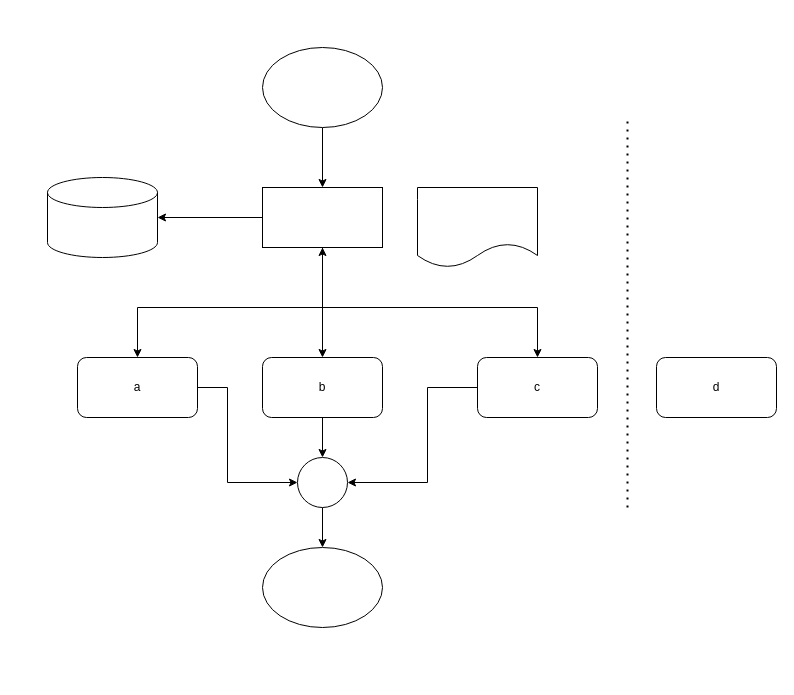
This is Untitled Diagram.drawio from rousgidraph/drawings, a draw.io file, before an edit. Source tidied: cells renumbered, new cells numbered last; positions are measured from the earlier drawing's top-left corner, leaving out a move shared by most shapes. Both pictures are drawn from the tidied source at 100%, with x=0, y=0 at pixel (47, 47).
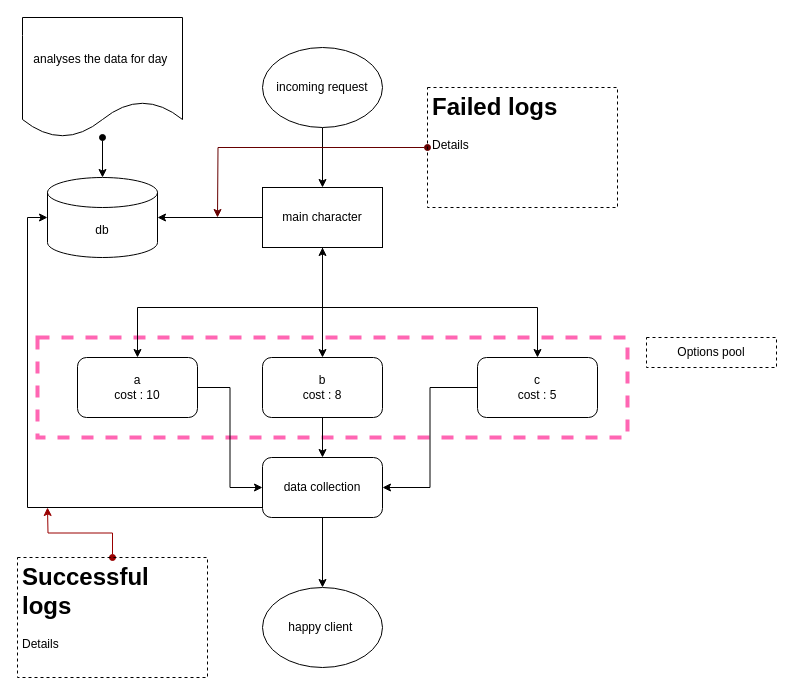
Above is the later version.

Change to the diagram source:
```diff
@@
+    <mxCell id="22" style="rounded=0;whiteSpace=wrap;html=1;dashed=1;strokeColor=#FF66B3;fillColor=none;strokeWidth=4;" parent="1" vertex="1">
+      <mxGeometry x="-10" y="290" width="590" height="100" as="geometry" />
+    </mxCell>
-    <mxCell id="2" style="shape=cylinder3;whiteSpace=wrap;html=1;boundedLbl=1;backgroundOutline=1;size=15;" parent="1" vertex="1">
+    <mxCell id="2" value="db" style="shape=cylinder3;whiteSpace=wrap;html=1;boundedLbl=1;backgroundOutline=1;size=15;" parent="1" vertex="1">
       <mxGeometry y="130" width="110" height="80" as="geometry" />
     </mxCell>
-    <mxCell id="3" style="edgeStyle=orthogonalEdgeStyle;rounded=0;jettySize=auto;html=1;entryX=0;entryY=0.5;entryDx=0;entryDy=0;" parent="1" edge="1" source="4" target="18">
-      <mxGeometry relative="1" as="geometry">
-        <Array as="points">
-          <mxPoint x="180" y="340" />
-          <mxPoint x="180" y="435" />
-        </Array>
-      </mxGeometry>
-    </mxCell>
+    <mxCell id="23" style="edgeStyle=orthogonalEdgeStyle;rounded=0;jettySize=auto;html=1;entryX=0;entryY=0.5;entryDx=0;entryDy=0;startArrow=none;startFill=0;" parent="1" edge="1" source="4" target="28">
+      <mxGeometry relative="1" as="geometry" />
+    </mxCell>
-    <mxCell id="4" value="a" style="rounded=1;whiteSpace=wrap;html=1;" parent="1" vertex="1">
+    <mxCell id="4" value="a&lt;br&gt;cost : 10" style="rounded=1;whiteSpace=wrap;html=1;" parent="1" vertex="1">
       <mxGeometry x="30" y="310" width="120" height="60" as="geometry" />
     </mxCell>
-    <mxCell id="5" style="edgeStyle=orthogonalEdgeStyle;rounded=0;jettySize=auto;html=1;entryX=0.5;entryY=0;entryDx=0;entryDy=0;" parent="1" edge="1" source="6" target="18">
+    <mxCell id="5" style="edgeStyle=orthogonalEdgeStyle;rounded=0;jettySize=auto;html=1;entryX=0.5;entryY=0;entryDx=0;entryDy=0;" parent="1" edge="1" source="6" target="28">
       <mxGeometry relative="1" as="geometry" />
     </mxCell>
-    <mxCell id="6" value="b" style="rounded=1;whiteSpace=wrap;html=1;" parent="1" vertex="1">
+    <mxCell id="6" value="b&lt;br&gt;cost : 8" style="rounded=1;whiteSpace=wrap;html=1;" parent="1" vertex="1">
       <mxGeometry x="215" y="310" width="120" height="60" as="geometry" />
     </mxCell>
-    <mxCell id="7" style="edgeStyle=orthogonalEdgeStyle;rounded=0;jettySize=auto;html=1;entryX=1;entryY=0.5;entryDx=0;entryDy=0;" parent="1" edge="1" source="8" target="18">
-      <mxGeometry relative="1" as="geometry">
-        <Array as="points">
-          <mxPoint x="380" y="340" />
-          <mxPoint x="380" y="435" />
-        </Array>
-      </mxGeometry>
-    </mxCell>
+    <mxCell id="24" style="edgeStyle=orthogonalEdgeStyle;rounded=0;jettySize=auto;html=1;entryX=1;entryY=0.5;entryDx=0;entryDy=0;startArrow=none;startFill=0;" parent="1" edge="1" source="8" target="28">
+      <mxGeometry relative="1" as="geometry" />
+    </mxCell>
-    <mxCell id="8" value="c" style="rounded=1;whiteSpace=wrap;html=1;" parent="1" vertex="1">
+    <mxCell id="8" value="c&lt;br&gt;cost : 5" style="rounded=1;whiteSpace=wrap;html=1;" parent="1" vertex="1">
       <mxGeometry x="430" y="310" width="120" height="60" as="geometry" />
     </mxCell>
-    <mxCell id="9" style="ellipse;whiteSpace=wrap;html=1;" parent="1" vertex="1">
-      <mxGeometry x="215" y="500" width="120" height="80" as="geometry" />
+    <mxCell id="9" value="happy client&amp;nbsp;" style="ellipse;whiteSpace=wrap;html=1;" parent="1" vertex="1">
+      <mxGeometry x="215" y="540" width="120" height="80" as="geometry" />
     </mxCell>
@@
-    <mxCell id="11" style="ellipse;whiteSpace=wrap;html=1;" parent="1" vertex="1">
+    <mxCell id="11" value="incoming request" style="ellipse;whiteSpace=wrap;html=1;" parent="1" vertex="1">
       <mxGeometry x="215" width="120" height="80" as="geometry" />
     </mxCell>
@@
-    <mxCell id="16" style="rounded=0;whiteSpace=wrap;html=1;" parent="1" vertex="1">
+    <mxCell id="16" value="main character" style="rounded=0;whiteSpace=wrap;html=1;" parent="1" vertex="1">
       <mxGeometry x="215" y="140" width="120" height="60" as="geometry" />
     </mxCell>
-    <mxCell id="17" style="edgeStyle=orthogonalEdgeStyle;rounded=0;jettySize=auto;html=1;" parent="1" edge="1" source="18" target="9">
-      <mxGeometry relative="1" as="geometry" />
-    </mxCell>
-    <mxCell id="18" style="ellipse;whiteSpace=wrap;html=1;" parent="1" vertex="1">
-      <mxGeometry x="250" y="410" width="50" height="50" as="geometry" />
-    </mxCell>
+    <mxCell id="25" style="edgeStyle=orthogonalEdgeStyle;rounded=0;jettySize=auto;html=1;startArrow=oval;startFill=1;" parent="1" edge="1" source="19" target="2">
+      <mxGeometry relative="1" as="geometry" />
+    </mxCell>
-    <mxCell id="19" style="shape=document;whiteSpace=wrap;html=1;boundedLbl=1;" parent="1" vertex="1">
-      <mxGeometry x="370" y="140" width="120" height="80" as="geometry" />
+    <mxCell id="19" value="analyses the data for day&amp;nbsp;" style="shape=document;whiteSpace=wrap;html=1;boundedLbl=1;" parent="1" vertex="1">
+      <mxGeometry x="-25" y="-30" width="160" height="120" as="geometry" />
     </mxCell>
-    <mxCell id="20" value="d" style="rounded=1;whiteSpace=wrap;html=1;" parent="1" vertex="1">
-      <mxGeometry x="609" y="310" width="120" height="60" as="geometry" />
-    </mxCell>
-    <mxCell id="21" style="endArrow=none;dashed=1;html=1;dashPattern=1 3;strokeWidth=2;rounded=0;" parent="1" edge="1">
-      <mxGeometry relative="1" as="geometry">
-        <mxPoint x="580" y="460" as="sourcePoint" />
-        <mxPoint x="580" y="70" as="targetPoint" />
-      </mxGeometry>
-    </mxCell>
+    <mxCell id="26" style="edgeStyle=orthogonalEdgeStyle;rounded=0;jettySize=auto;html=1;entryX=0;entryY=0.5;entryDx=0;entryDy=0;entryPerimeter=0;startArrow=none;startFill=0;" parent="1" edge="1" source="28" target="2">
+      <mxGeometry relative="1" as="geometry">
+        <Array as="points">
+          <mxPoint x="-20" y="460" />
+          <mxPoint x="-20" y="170" />
+        </Array>
+      </mxGeometry>
+    </mxCell>
+    <mxCell id="27" style="edgeStyle=orthogonalEdgeStyle;rounded=0;jettySize=auto;html=1;entryX=0.5;entryY=0;entryDx=0;entryDy=0;startArrow=none;startFill=0;" parent="1" edge="1" source="28" target="9">
+      <mxGeometry relative="1" as="geometry" />
+    </mxCell>
+    <mxCell id="28" value="data collection" style="rounded=1;whiteSpace=wrap;html=1;" parent="1" vertex="1">
+      <mxGeometry x="215" y="410" width="120" height="60" as="geometry" />
+    </mxCell>
+    <mxCell id="29" value="Options pool" style="text;html=1;strokeColor=default;fillColor=none;align=center;verticalAlign=middle;whiteSpace=wrap;rounded=0;dashed=1;" parent="1" vertex="1">
+      <mxGeometry x="599" y="290" width="130" height="30" as="geometry" />
+    </mxCell>
+    <mxCell id="30" style="edgeStyle=orthogonalEdgeStyle;rounded=0;jettySize=auto;html=1;startArrow=oval;startFill=1;strokeColor=#660000;" parent="1" edge="1" source="31">
+      <mxGeometry relative="1" as="geometry">
+        <mxPoint x="170" y="170" as="targetPoint" />
+      </mxGeometry>
+    </mxCell>
+    <mxCell id="31" value="&lt;h1&gt;Failed logs&lt;/h1&gt;&lt;div&gt;Details&lt;/div&gt;" style="text;html=1;strokeColor=default;fillColor=none;spacing=5;spacingTop=-20;whiteSpace=wrap;overflow=hidden;rounded=0;dashed=1;" parent="1" vertex="1">
+      <mxGeometry x="380" y="40" width="190" height="120" as="geometry" />
+    </mxCell>
+    <mxCell id="32" style="edgeStyle=orthogonalEdgeStyle;rounded=0;jettySize=auto;html=1;startArrow=oval;startFill=1;strokeColor=#990000;" parent="1" edge="1" source="33">
+      <mxGeometry relative="1" as="geometry">
+        <mxPoint y="460" as="targetPoint" />
+      </mxGeometry>
+    </mxCell>
+    <mxCell id="33" value="&lt;h1&gt;Successful logs&lt;/h1&gt;&lt;div&gt;Details&lt;/div&gt;" style="text;html=1;strokeColor=default;fillColor=none;spacing=5;spacingTop=-20;whiteSpace=wrap;overflow=hidden;rounded=0;dashed=1;" parent="1" vertex="1">
+      <mxGeometry x="-30" y="510" width="190" height="120" as="geometry" />
+    </mxCell>
```
